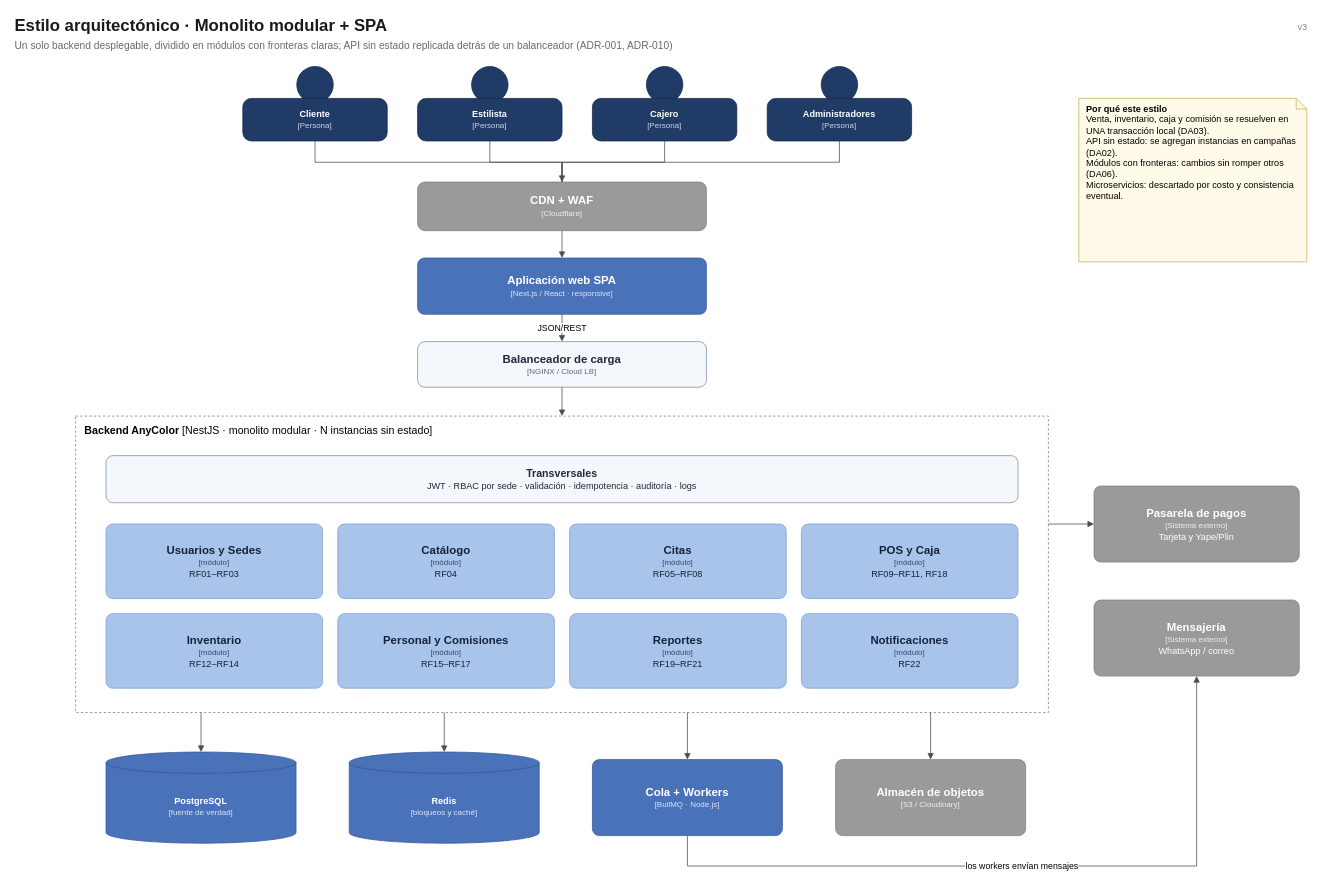
The draw.io diagram img/fuentes/estilo-monolito-modular.drawio in RodrigoCayllahua/AnyColor-arquitSoft-02-Andy-Conde, before the edit. Source tidied: cells renumbered, new cells numbered last; positions are measured from the earlier drawing's top-left corner, leaving out a move shared by most shapes. Both pictures are drawn from the tidied source at 76%, with x=0, y=0 at pixel (13, 13).
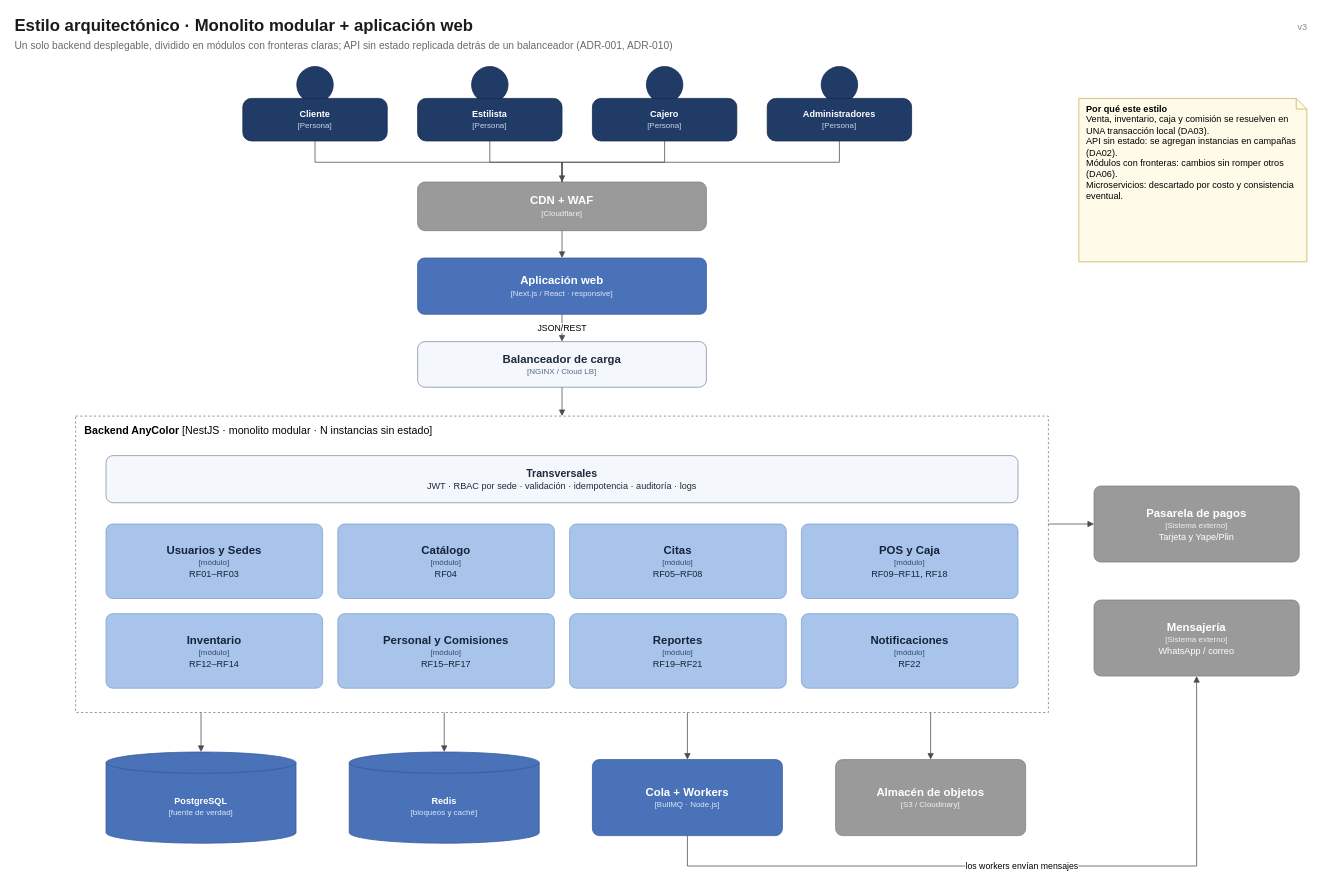
After the change.

Change to the diagram source:
```diff
@@
-    <mxCell id="3" value="Estilo arquitectónico · Monolito modular + SPA" style="text;html=1;align=left;verticalAlign=middle;fontSize=22;fontColor=#1A1A1A;fontStyle=1;fontFamily=Arial;" parent="1" vertex="1">
-      <mxGeometry width="515" height="33" as="geometry" />
+    <mxCell id="3" value="Estilo arquitectónico · Monolito modular + aplicación web" style="text;html=1;align=left;verticalAlign=middle;fontSize=22;fontColor=#1A1A1A;fontStyle=1;fontFamily=Arial;" parent="1" vertex="1">
+      <mxGeometry width="628" height="33" as="geometry" />
     </mxCell>
@@
-    <mxCell id="15" value="&lt;b style='font-size:15px'&gt;Aplicación web SPA&lt;/b&gt;&lt;br&gt;&lt;span style='font-size:10.5px;color:#DCE6F6'&gt;[Next.js / React · responsive]&lt;/span&gt;" style="rounded=1;arcSize=12;whiteSpace=wrap;html=1;fillColor=#4A72B8;strokeColor=#36599A;fontColor=#FFFFFF;fontFamily=Arial;" parent="1" vertex="1">
+    <mxCell id="15" value="&lt;b style='font-size:15px'&gt;Aplicación web&lt;/b&gt;&lt;br&gt;&lt;span style='font-size:10.5px;color:#DCE6F6'&gt;[Next.js / React · responsive]&lt;/span&gt;" style="rounded=1;arcSize=12;whiteSpace=wrap;html=1;fillColor=#4A72B8;strokeColor=#36599A;fontColor=#FFFFFF;fontFamily=Arial;" parent="1" vertex="1">
       <mxGeometry x="532" y="322" width="380" height="74" as="geometry" />
     </mxCell>
```
